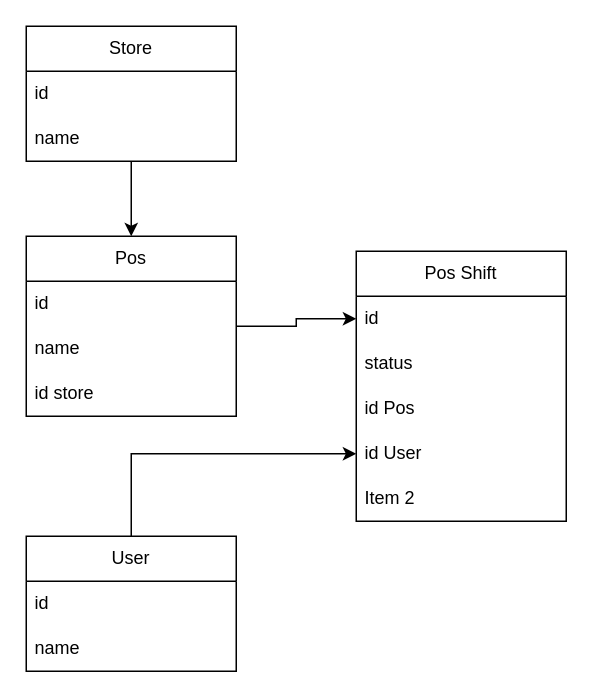
This is page "ER TurnoCaja" (6 of 8) of documentos/Flujos.drawio from jenrrygpc/gestion-minimarket, a draw.io file, before an edit. Source tidied: cells renumbered, new cells numbered last; positions are measured from the earlier drawing's top-left corner, leaving out a move shared by most shapes. Both pictures are drawn from the tidied source at 150%, with x=0, y=0 at pixel (26, 26).
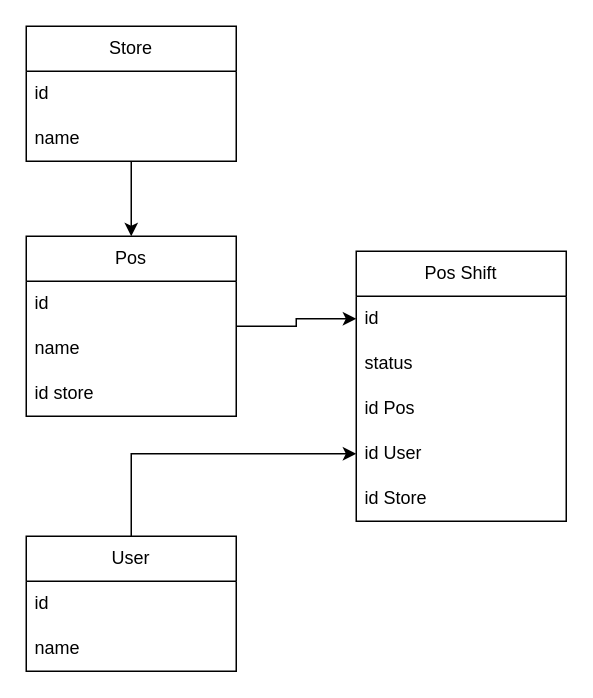
After the change.

The change refers to these unchanged cells:
```xml
<mxCell id="11" value="Pos Shift" style="swimlane;fontStyle=0;horizontal=1;startSize=30;whiteSpace=wrap;html=1;" parent="1" vertex="1">
  <mxGeometry x="220" y="150" width="140" height="180" as="geometry" />
</mxCell>
```

Diff of the diagram source:
```diff
@@
-    <mxCell id="16" value="Item 2" style="text;strokeColor=none;fillColor=none;align=left;verticalAlign=middle;spacingLeft=4;spacingRight=4;overflow=hidden;whiteSpace=wrap;html=1;" parent="11" vertex="1">
+    <mxCell id="16" value="id Store" style="text;strokeColor=none;fillColor=none;align=left;verticalAlign=middle;spacingLeft=4;spacingRight=4;overflow=hidden;whiteSpace=wrap;html=1;" parent="11" vertex="1">
       <mxGeometry y="150" width="140" height="30" as="geometry" />
     </mxCell>
```
